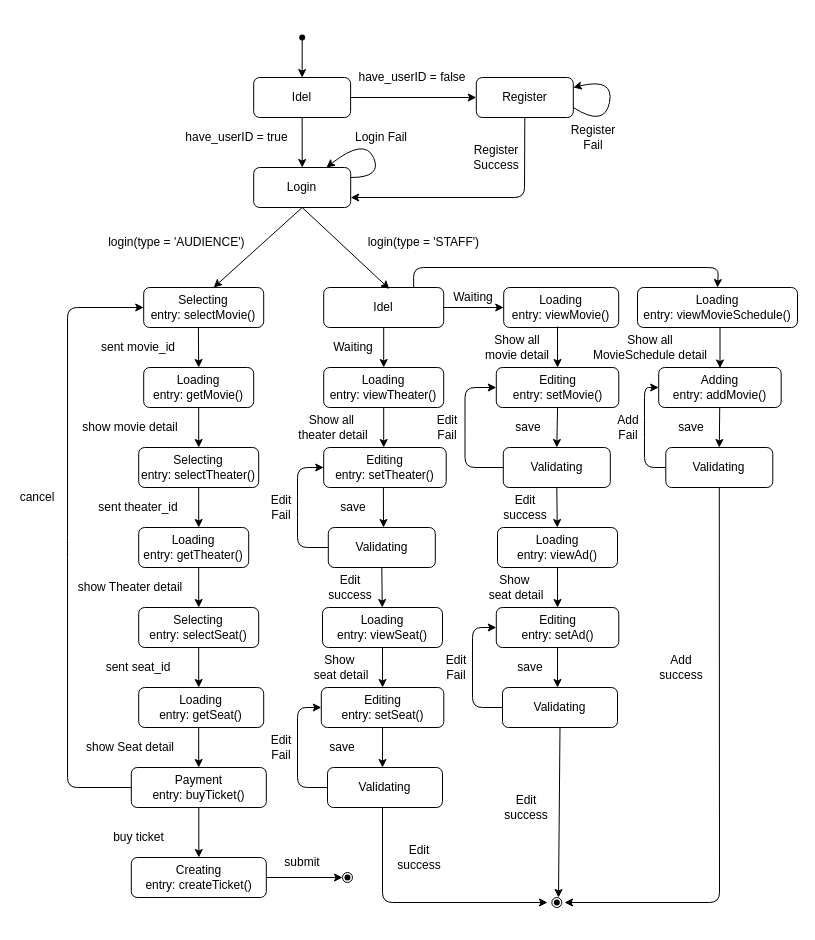
Earlier version of the draw.io diagram Untitled Diagram.drawio (WSBoos/Boos). Source tidied: cells renumbered, new cells numbered last; positions are measured from the earlier drawing's top-left corner, leaving out a move shared by most shapes. Both pictures are drawn from the tidied source at 100%, with x=0, y=0 at pixel (17, 17).
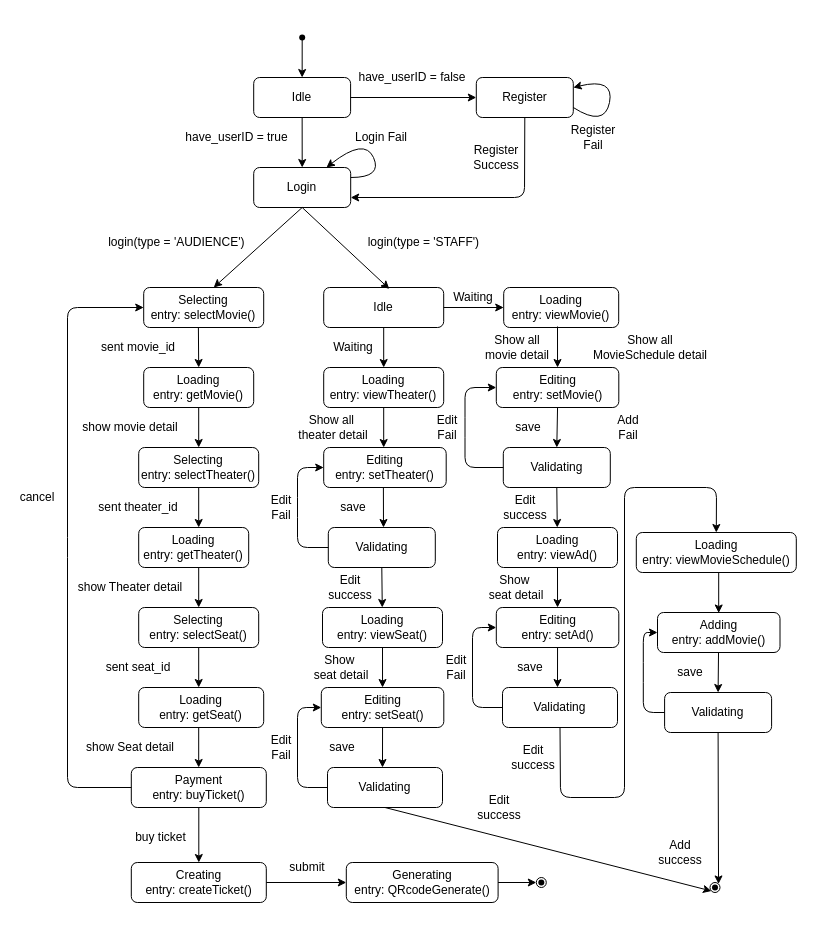
Above is the later version.

Unchanged cells that the change refers to:
```xml
<mxCell id="51" value="Validating" style="rounded=1;whiteSpace=wrap;html=1;" parent="1" vertex="1">
  <mxGeometry x="310" y="750" width="115" height="40" as="geometry" />
</mxCell>
<mxCell id="70" value="Validating" style="rounded=1;whiteSpace=wrap;html=1;" parent="1" vertex="1">
  <mxGeometry x="485" y="670" width="115" height="40" as="geometry" />
</mxCell>
```

Diff of the diagram source:
```diff
@@
     <mxCell id="26" value="Creating&lt;br&gt;entry: createTicket()" style="rounded=1;whiteSpace=wrap;html=1;" parent="1" vertex="1">
-      <mxGeometry x="113.8" y="840" width="135" height="40" as="geometry" />
+      <mxGeometry x="113.8" y="845" width="135" height="40" as="geometry" />
     </mxCell>
     <mxCell id="27" style="ellipse;whiteSpace=wrap;html=1;" parent="1" vertex="1">
-      <mxGeometry x="534.3" y="880" width="10" height="10" as="geometry" />
+      <mxGeometry x="692.5" y="865" width="10" height="10" as="geometry" />
     </mxCell>
-    <mxCell id="28" value="Idel" style="rounded=1;whiteSpace=wrap;html=1;" parent="1" vertex="1">
+    <mxCell id="28" value="Idle" style="rounded=1;whiteSpace=wrap;html=1;" parent="1" vertex="1">
       <mxGeometry x="306.2" y="270" width="120" height="40" as="geometry" />
     </mxCell>
@@
     <mxCell id="31" value="buy ticket" style="text;html=1;strokeColor=none;fillColor=none;align=center;verticalAlign=middle;whiteSpace=wrap;rounded=0;" parent="1" vertex="1">
-      <mxGeometry x="88.8" y="810" width="65" height="20" as="geometry" />
+      <mxGeometry x="111.2" y="810" width="65" height="20" as="geometry" />
     </mxCell>
@@
-    <mxCell id="52" style="endArrow=classic;html=1;exitX=0.5;exitY=1;exitDx=0;exitDy=0;" parent="1" edge="1">
-      <mxGeometry relative="1" as="geometry">
-        <mxPoint x="365" y="790" as="sourcePoint" />
-        <mxPoint x="530" y="885" as="targetPoint" />
-        <Array as="points">
-          <mxPoint x="365" y="885" />
-        </Array>
-      </mxGeometry>
-    </mxCell>
@@
     <mxCell id="60" value="Edit success" style="text;html=1;strokeColor=none;fillColor=none;align=center;verticalAlign=middle;whiteSpace=wrap;rounded=0;" parent="1" vertex="1">
-      <mxGeometry x="378.8" y="830" width="46.2" height="20" as="geometry" />
+      <mxGeometry x="458.8" y="780" width="46.2" height="20" as="geometry" />
     </mxCell>
@@
-    <mxCell id="71" style="endArrow=classic;html=1;exitX=0.5;exitY=1;exitDx=0;exitDy=0;" parent="1" edge="1" source="70">
+    <mxCell id="71" style="endArrow=classic;html=1;exitX=0.5;exitY=1;exitDx=0;exitDy=0;entryX=0.5;entryY=0;entryDx=0;entryDy=0;" parent="1" edge="1" source="70" target="98">
       <mxGeometry relative="1" as="geometry">
-        <mxPoint x="541" y="880" as="targetPoint" />
+        <Array as="points">
+          <mxPoint x="543" y="780" />
+          <mxPoint x="607" y="780" />
+          <mxPoint x="607" y="470" />
+          <mxPoint x="699" y="470" />
+        </Array>
       </mxGeometry>
     </mxCell>
@@
     <mxCell id="77" value="Edit success" style="text;html=1;strokeColor=none;fillColor=none;align=center;verticalAlign=middle;whiteSpace=wrap;rounded=0;" parent="1" vertex="1">
-      <mxGeometry x="486.2" y="780" width="46.2" height="20" as="geometry" />
+      <mxGeometry x="492.5" y="730" width="46.2" height="20" as="geometry" />
     </mxCell>
@@
     <mxCell id="79" style="shape=waypoint;sketch=0;size=6;fillColor=none;perimeter=centerPerimeter;" parent="1" vertex="1">
-      <mxGeometry x="519.3" y="865" width="40" height="40" as="geometry" />
+      <mxGeometry x="677.5" y="850" width="40" height="40" as="geometry" />
     </mxCell>
     <mxCell id="80" style="ellipse;whiteSpace=wrap;html=1;" parent="1" vertex="1">
-      <mxGeometry x="325" y="855" width="10" height="10" as="geometry" />
+      <mxGeometry x="518.8" y="860" width="10" height="10" as="geometry" />
     </mxCell>
-    <mxCell id="81" style="endArrow=classic;html=1;exitX=1;exitY=0.5;exitDx=0;exitDy=0;entryX=0;entryY=0.5;entryDx=0;entryDy=0;" parent="1" edge="1" source="26" target="80">
-      <mxGeometry relative="1" as="geometry" />
+    <mxCell id="81" style="endArrow=classic;html=1;entryX=0;entryY=0.5;entryDx=0;entryDy=0;" parent="1" edge="1" target="80">
+      <mxGeometry relative="1" as="geometry">
+        <mxPoint x="479.5" y="865" as="sourcePoint" />
+      </mxGeometry>
     </mxCell>
     <mxCell id="82" style="shape=waypoint;sketch=0;size=6;fillColor=none;perimeter=centerPerimeter;" parent="1" vertex="1">
-      <mxGeometry x="310" y="840" width="40" height="40" as="geometry" />
+      <mxGeometry x="503.8" y="845" width="40" height="40" as="geometry" />
     </mxCell>
     <mxCell id="83" value="submit" style="text;html=1;strokeColor=none;fillColor=none;align=center;verticalAlign=middle;whiteSpace=wrap;rounded=0;" parent="1" vertex="1">
-      <mxGeometry x="264.8" y="835" width="40" height="20" as="geometry" />
+      <mxGeometry x="269.5" y="840" width="40" height="20" as="geometry" />
     </mxCell>
@@
-    <mxCell id="89" value="Idel" style="rounded=1;whiteSpace=wrap;html=1;" parent="1" vertex="1">
+    <mxCell id="89" value="Idle" style="rounded=1;whiteSpace=wrap;html=1;" parent="1" vertex="1">
       <mxGeometry x="236.2" y="60" width="96.9" height="40" as="geometry" />
     </mxCell>
@@
     <mxCell id="98" value="&lt;span&gt;Loading&lt;/span&gt;&lt;br&gt;&lt;span&gt;entry: viewMovieSchedule()&lt;/span&gt;" style="rounded=1;whiteSpace=wrap;html=1;" parent="1" vertex="1">
-      <mxGeometry x="620" y="270" width="160" height="40" as="geometry" />
+      <mxGeometry x="618.8" y="515" width="160" height="40" as="geometry" />
     </mxCell>
-    <mxCell id="99" style="endArrow=classic;html=1;exitX=0.75;exitY=0;exitDx=0;exitDy=0;entryX=0.5;entryY=0;entryDx=0;entryDy=0;" parent="1" edge="1" source="28" target="98">
-      <mxGeometry relative="1" as="geometry">
-        <Array as="points">
-          <mxPoint x="396" y="250" />
-          <mxPoint x="701" y="250" />
-        </Array>
-      </mxGeometry>
-    </mxCell>
@@
     <mxCell id="101" value="Adding&lt;br&gt;entry: addMovie()" style="rounded=1;whiteSpace=wrap;html=1;" parent="1" vertex="1">
-      <mxGeometry x="641.2" y="350" width="122.5" height="40" as="geometry" />
+      <mxGeometry x="640" y="595" width="122.5" height="40" as="geometry" />
     </mxCell>
@@
     <mxCell id="103" value="save" style="text;html=1;strokeColor=none;fillColor=none;align=center;verticalAlign=middle;whiteSpace=wrap;rounded=0;" parent="1" vertex="1">
-      <mxGeometry x="653.8" y="400" width="40" height="20" as="geometry" />
+      <mxGeometry x="652.5" y="645" width="40" height="20" as="geometry" />
     </mxCell>
     <mxCell id="104" value="Validating" style="rounded=1;whiteSpace=wrap;html=1;" parent="1" vertex="1">
-      <mxGeometry x="648.3" y="430" width="107" height="40" as="geometry" />
+      <mxGeometry x="647.1" y="675" width="107" height="40" as="geometry" />
     </mxCell>
-    <mxCell id="105" style="endArrow=classic;html=1;exitX=0.5;exitY=1;exitDx=0;exitDy=0;" parent="1" edge="1" source="104">
-      <mxGeometry relative="1" as="geometry">
-        <mxPoint x="547" y="885" as="targetPoint" />
-        <Array as="points">
-          <mxPoint x="702" y="885" />
-        </Array>
-      </mxGeometry>
-    </mxCell>
     <mxCell id="106" style="endArrow=classic;html=1;exitX=0;exitY=0.5;exitDx=0;exitDy=0;entryX=0;entryY=0.5;entryDx=0;entryDy=0;" parent="1" edge="1" source="104" target="101">
       <mxGeometry relative="1" as="geometry">
         <Array as="points">
-          <mxPoint x="627" y="450" />
-          <mxPoint x="627" y="410" />
-          <mxPoint x="627" y="370" />
+          <mxPoint x="625.8" y="695" />
+          <mxPoint x="625.8" y="655" />
+          <mxPoint x="625.8" y="615" />
         </Array>
       </mxGeometry>
     </mxCell>
     <mxCell id="107" value="Add success" style="text;html=1;strokeColor=none;fillColor=none;align=center;verticalAlign=middle;whiteSpace=wrap;rounded=0;" parent="1" vertex="1">
-      <mxGeometry x="641.2" y="640" width="46.2" height="20" as="geometry" />
+      <mxGeometry x="640" y="825" width="46.2" height="20" as="geometry" />
     </mxCell>
     <mxCell id="108" style="endArrow=classic;html=1;entryX=0.5;entryY=0;entryDx=0;entryDy=0;" parent="1" edge="1">
       <mxGeometry relative="1" as="geometry">
-        <mxPoint x="702.5" y="309.5" as="sourcePoint" />
-        <mxPoint x="702.5" y="350.5" as="targetPoint" />
+        <mxPoint x="701.2" y="554.5" as="sourcePoint" />
+        <mxPoint x="701.2" y="595.5" as="targetPoint" />
       </mxGeometry>
     </mxCell>
@@
+    <mxCell id="112" style="endArrow=classic;html=1;exitX=0.5;exitY=1;exitDx=0;exitDy=0;entryX=0;entryY=1;entryDx=0;entryDy=0;" parent="1" edge="1" source="51" target="27">
+      <mxGeometry relative="1" as="geometry" />
+    </mxCell>
+    <mxCell id="113" style="endArrow=classic;html=1;exitX=0.5;exitY=1;exitDx=0;exitDy=0;entryX=1;entryY=0;entryDx=0;entryDy=0;" parent="1" edge="1" source="104" target="27">
+      <mxGeometry relative="1" as="geometry" />
+    </mxCell>
+    <mxCell id="114" value="Generating&lt;br&gt;entry: QRcodeGenerate()" style="rounded=1;whiteSpace=wrap;html=1;" parent="1" vertex="1">
+      <mxGeometry x="328.8" y="845" width="151.8" height="40" as="geometry" />
+    </mxCell>
+    <mxCell id="115" style="endArrow=classic;html=1;exitX=1;exitY=0.5;exitDx=0;exitDy=0;entryX=0;entryY=0.5;entryDx=0;entryDy=0;" parent="1" edge="1" source="26" target="114">
+      <mxGeometry relative="1" as="geometry" />
+    </mxCell>
```
